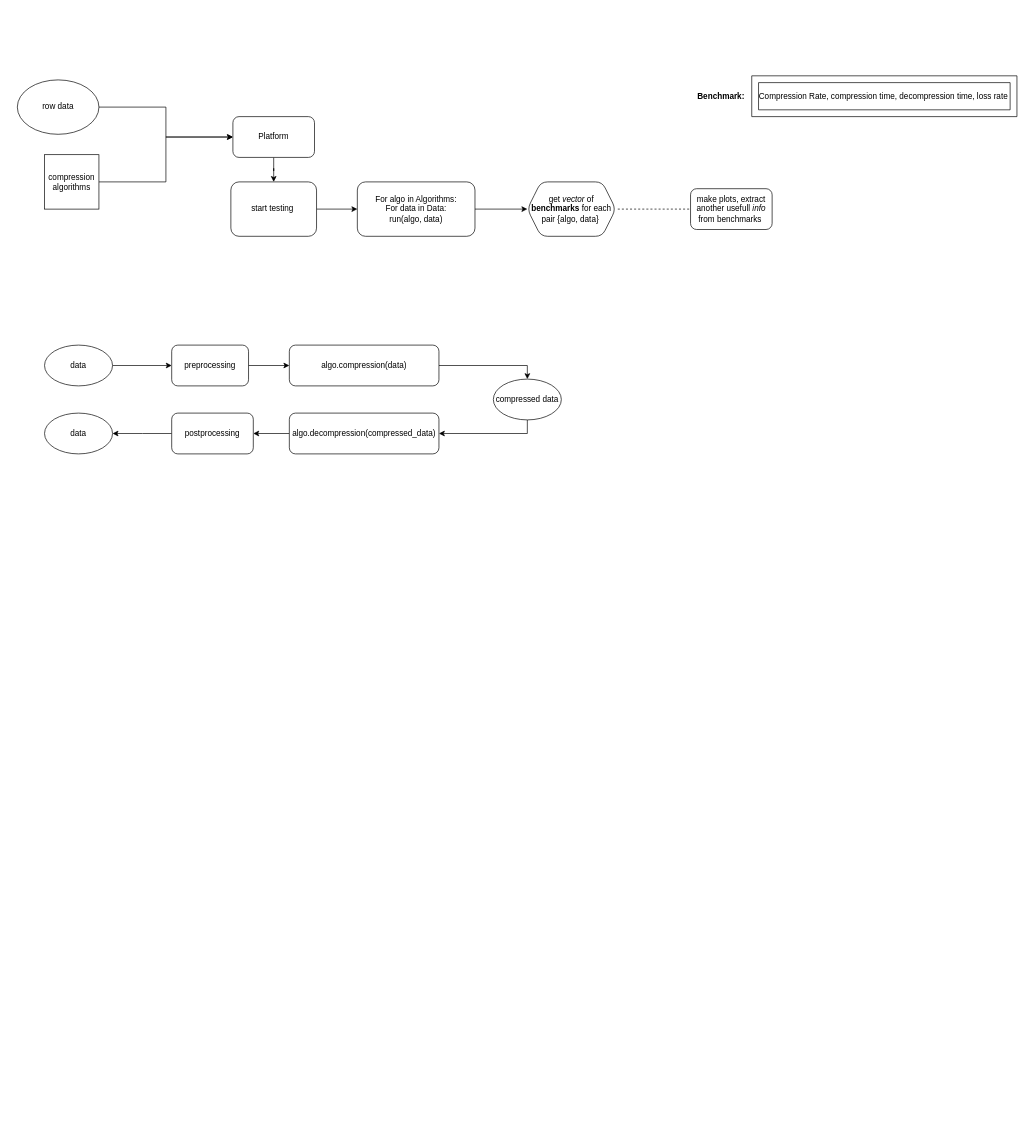
Above: docs/Platform_Graphics.drawio in BuryatyaTut/STIL_internship (draw.io), before the change. Source tidied: cells renumbered, new cells numbered last; positions are measured from the earlier drawing's top-left corner, leaving out a move shared by most shapes. Both pictures are drawn from the tidied source at 68%, with x=0, y=0 at pixel (17, 75).
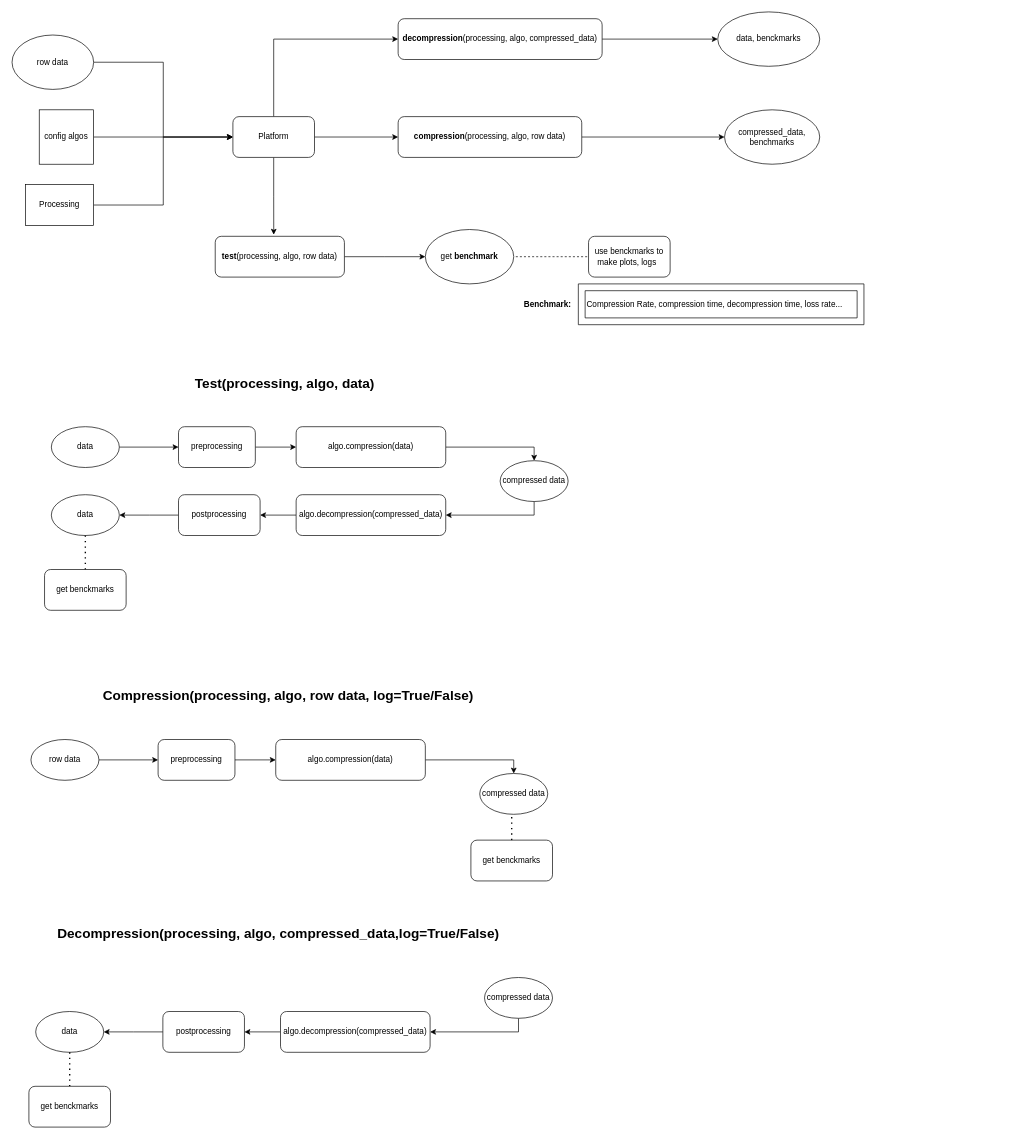
The same diagram, later.

The change refers to these unchanged cells:
```xml
<mxCell id="3" value="Platform" style="rounded=1;whiteSpace=wrap;html=1;" parent="1" vertex="1">
  <mxGeometry x="317" y="60" width="120" height="60" as="geometry" />
</mxCell>
```

What changed in the source:
```diff
@@
-    <mxCell id="2" style="edgeStyle=orthogonalEdgeStyle;rounded=0;jettySize=auto;html=1;exitX=0.5;exitY=1;exitDx=0;exitDy=0;" parent="1" edge="1" source="3" target="5">
+    <mxCell id="2" style="edgeStyle=orthogonalEdgeStyle;rounded=0;jettySize=auto;html=1;exitX=0.5;exitY=1;exitDx=0;exitDy=0;entryX=0.453;entryY=-0.04;entryDx=0;entryDy=0;entryPerimeter=0;" parent="1" edge="1" source="3" target="7">
       <mxGeometry relative="1" as="geometry" />
     </mxCell>
+    <mxCell id="31" style="edgeStyle=orthogonalEdgeStyle;rounded=0;jettySize=auto;html=1;" parent="1" edge="1" source="3" target="39">
+      <mxGeometry relative="1" as="geometry" />
+    </mxCell>
+    <mxCell id="32" style="edgeStyle=orthogonalEdgeStyle;rounded=0;jettySize=auto;html=1;exitX=0.5;exitY=0;exitDx=0;exitDy=0;entryX=0;entryY=0.5;entryDx=0;entryDy=0;" parent="1" edge="1" source="3" target="41">
+      <mxGeometry relative="1" as="geometry" />
+    </mxCell>
@@
-    <mxCell id="4" style="edgeStyle=orthogonalEdgeStyle;rounded=0;jettySize=auto;html=1;" parent="1" edge="1" source="5" target="7">
-      <mxGeometry relative="1" as="geometry" />
-    </mxCell>
-    <mxCell id="5" value="start testing&amp;nbsp;" style="rounded=1;whiteSpace=wrap;html=1;" parent="1" vertex="1">
-      <mxGeometry x="314" y="156" width="126" height="80" as="geometry" />
-    </mxCell>
-    <mxCell id="6" style="edgeStyle=orthogonalEdgeStyle;rounded=0;jettySize=auto;html=1;" parent="1" edge="1" source="7" target="12">
-      <mxGeometry relative="1" as="geometry" />
+    <mxCell id="6" style="edgeStyle=orthogonalEdgeStyle;rounded=0;jettySize=auto;html=1;" parent="1" edge="1" source="7">
+      <mxGeometry relative="1" as="geometry">
+        <mxPoint x="600" y="266" as="targetPoint" />
+      </mxGeometry>
     </mxCell>
-    <mxCell id="7" value="For algo in Algorithms:&lt;br&gt;For data in Data:&lt;br&gt;run(algo, data)" style="whiteSpace=wrap;html=1;rounded=1;" parent="1" vertex="1">
-      <mxGeometry x="500" y="156" width="173" height="80" as="geometry" />
+    <mxCell id="7" value="&lt;b&gt;test&lt;/b&gt;(processing, algo, row data)" style="whiteSpace=wrap;html=1;rounded=1;" parent="1" vertex="1">
+      <mxGeometry x="291" y="236" width="190" height="60" as="geometry" />
     </mxCell>
-    <mxCell id="8" style="edgeStyle=orthogonalEdgeStyle;rounded=0;jettySize=auto;html=1;exitX=1;exitY=0.5;exitDx=0;exitDy=0;" parent="1" edge="1" source="9" target="3">
+    <mxCell id="8" style="edgeStyle=orthogonalEdgeStyle;rounded=0;jettySize=auto;html=1;exitX=1;exitY=0.5;exitDx=0;exitDy=0;entryX=0;entryY=0.5;entryDx=0;entryDy=0;" parent="1" edge="1" source="9" target="3">
       <mxGeometry relative="1" as="geometry" />
     </mxCell>
     <mxCell id="9" value="row data" style="ellipse;whiteSpace=wrap;html=1;" parent="1" vertex="1">
-      <mxGeometry y="6" width="120" height="80" as="geometry" />
+      <mxGeometry x="-7.8" y="-60" width="120" height="80" as="geometry" />
     </mxCell>
@@
-    <mxCell id="11" value="compression&lt;br&gt;algorithms" style="whiteSpace=wrap;html=1;" parent="1" vertex="1">
-      <mxGeometry x="40" y="116" width="80" height="80" as="geometry" />
+    <mxCell id="11" value="config algos" style="whiteSpace=wrap;html=1;" parent="1" vertex="1">
+      <mxGeometry x="32.2" y="50" width="80" height="80" as="geometry" />
     </mxCell>
-    <mxCell id="12" value="get &lt;i&gt;vector &lt;/i&gt;of &lt;b&gt;benchmarks &lt;/b&gt;for each pair {algo, data}&amp;nbsp;" style="shape=hexagon;perimeter=hexagonPerimeter2;whiteSpace=wrap;html=1;fixedSize=1;rounded=1;" parent="1" vertex="1">
-      <mxGeometry x="750" y="156" width="130" height="80" as="geometry" />
-    </mxCell>
     <mxCell id="13" value="&lt;b&gt;Benchmark:&lt;/b&gt;" style="text;html=1;strokeColor=none;fillColor=none;align=center;verticalAlign=middle;whiteSpace=wrap;rounded=0;" parent="1" vertex="1">
-      <mxGeometry x="985" y="16" width="100" height="30" as="geometry" />
+      <mxGeometry x="730" y="322" width="100" height="30" as="geometry" />
     </mxCell>
     <mxCell id="14" style="verticalLabelPosition=bottom;verticalAlign=top;html=1;shape=mxgraph.basic.frame;dx=10;" parent="1" vertex="1">
-      <mxGeometry x="1080" width="390" height="60" as="geometry" />
+      <mxGeometry x="825" y="306" width="420" height="60" as="geometry" />
     </mxCell>
-    <mxCell id="15" value="&amp;nbsp; &amp;nbsp;Compression Rate, compression time, decompression time, loss rate&amp;nbsp;" style="text;html=1;align=center;verticalAlign=middle;strokeColor=none;fillColor=none;" parent="1" vertex="1">
-      <mxGeometry x="1070" y="16" width="400" height="30" as="geometry" />
+    <mxCell id="15" value="&amp;nbsp; &amp;nbsp;Compression Rate, compression time, decompression time, loss rate..." style="text;html=1;align=center;verticalAlign=middle;strokeColor=none;fillColor=none;" parent="1" vertex="1">
+      <mxGeometry x="815" y="322" width="410" height="30" as="geometry" />
     </mxCell>
-    <mxCell id="16" style="endArrow=none;dashed=1;html=1;rounded=0;entryX=1;entryY=0.5;entryDx=0;entryDy=0;" parent="1" edge="1" target="12">
+    <mxCell id="16" style="endArrow=none;dashed=1;html=1;rounded=0;entryX=1;entryY=0.5;entryDx=0;entryDy=0;" parent="1" edge="1">
       <mxGeometry relative="1" as="geometry">
-        <mxPoint x="1000" y="196" as="sourcePoint" />
+        <mxPoint x="850" y="266" as="sourcePoint" />
+        <mxPoint x="730" y="266" as="targetPoint" />
       </mxGeometry>
     </mxCell>
-    <mxCell id="17" value="make plots, extract another usefull &lt;i&gt;info &lt;/i&gt;from benchmarks&amp;nbsp;" style="rounded=1;whiteSpace=wrap;html=1;" parent="1" vertex="1">
-      <mxGeometry x="990" y="166" width="120" height="60" as="geometry" />
+    <mxCell id="17" value="use benckmarks to make plots, logs&amp;nbsp;&amp;nbsp;" style="rounded=1;whiteSpace=wrap;html=1;" parent="1" vertex="1">
+      <mxGeometry x="840" y="236" width="120" height="60" as="geometry" />
     </mxCell>
@@
     <mxCell id="19" value="algo.compression(data)" style="rounded=1;whiteSpace=wrap;html=1;" parent="1" vertex="1">
-      <mxGeometry x="400" y="396" width="220" height="60" as="geometry" />
+      <mxGeometry x="410" y="516" width="220" height="60" as="geometry" />
     </mxCell>
@@
     <mxCell id="21" value="algo.decompression(compressed_data)" style="whiteSpace=wrap;html=1;rounded=1;" parent="1" vertex="1">
-      <mxGeometry x="400" y="496" width="220" height="60" as="geometry" />
+      <mxGeometry x="410" y="616" width="220" height="60" as="geometry" />
     </mxCell>
@@
     <mxCell id="23" value="data" style="ellipse;whiteSpace=wrap;html=1;" parent="1" vertex="1">
-      <mxGeometry x="40" y="396" width="100" height="60" as="geometry" />
+      <mxGeometry x="50" y="516" width="100" height="60" as="geometry" />
     </mxCell>
@@
     <mxCell id="25" value="preprocessing" style="rounded=1;whiteSpace=wrap;html=1;" parent="1" vertex="1">
-      <mxGeometry x="227" y="396" width="113" height="60" as="geometry" />
+      <mxGeometry x="237" y="516" width="113" height="60" as="geometry" />
     </mxCell>
     <mxCell id="26" style="edgeStyle=orthogonalEdgeStyle;rounded=0;jettySize=auto;html=1;" parent="1" edge="1" source="27">
       <mxGeometry relative="1" as="geometry">
-        <mxPoint x="140" y="526" as="targetPoint" />
+        <mxPoint x="150" y="646" as="targetPoint" />
       </mxGeometry>
     </mxCell>
     <mxCell id="27" value="postprocessing" style="rounded=1;whiteSpace=wrap;html=1;" parent="1" vertex="1">
-      <mxGeometry x="227" y="496" width="120" height="60" as="geometry" />
+      <mxGeometry x="237" y="616" width="120" height="60" as="geometry" />
     </mxCell>
     <mxCell id="28" value="data" style="ellipse;whiteSpace=wrap;html=1;" parent="1" vertex="1">
-      <mxGeometry x="40" y="496" width="100" height="60" as="geometry" />
+      <mxGeometry x="50" y="616" width="100" height="60" as="geometry" />
     </mxCell>
@@
     <mxCell id="30" value="compressed data" style="ellipse;whiteSpace=wrap;html=1;" parent="1" vertex="1">
-      <mxGeometry x="700" y="446" width="100" height="60" as="geometry" />
+      <mxGeometry x="710" y="566" width="100" height="60" as="geometry" />
     </mxCell>
+    <mxCell id="33" value="&lt;b&gt;&lt;font style=&quot;font-size: 20px;&quot;&gt;Test(processing, algo, data)&lt;/font&gt;&lt;/b&gt;" style="text;html=1;strokeColor=none;fillColor=none;align=center;verticalAlign=middle;whiteSpace=wrap;rounded=0;" parent="1" vertex="1">
+      <mxGeometry x="237" y="416" width="313" height="70" as="geometry" />
+    </mxCell>
+    <mxCell id="34" style="endArrow=none;dashed=1;html=1;dashPattern=1 3;strokeWidth=2;rounded=0;entryX=0.5;entryY=1;entryDx=0;entryDy=0;exitX=0.5;exitY=0;exitDx=0;exitDy=0;" parent="1" edge="1" source="35" target="28">
+      <mxGeometry relative="1" as="geometry" />
+    </mxCell>
+    <mxCell id="35" value="get benckmarks" style="rounded=1;whiteSpace=wrap;html=1;" parent="1" vertex="1">
+      <mxGeometry x="40" y="726" width="120" height="60" as="geometry" />
+    </mxCell>
+    <mxCell id="36" style="edgeStyle=orthogonalEdgeStyle;rounded=0;jettySize=auto;html=1;entryX=0;entryY=0.5;entryDx=0;entryDy=0;" parent="1" edge="1" source="37" target="3">
+      <mxGeometry relative="1" as="geometry" />
+    </mxCell>
+    <mxCell id="37" value="Processing" style="rounded=0;whiteSpace=wrap;html=1;" parent="1" vertex="1">
+      <mxGeometry x="12.2" y="160" width="100" height="60" as="geometry" />
+    </mxCell>
+    <mxCell id="38" style="edgeStyle=orthogonalEdgeStyle;rounded=0;jettySize=auto;html=1;" parent="1" edge="1" source="39" target="59">
+      <mxGeometry relative="1" as="geometry" />
+    </mxCell>
+    <mxCell id="39" value="&lt;b&gt;compression&lt;/b&gt;(processing, algo, row data)" style="rounded=1;whiteSpace=wrap;html=1;" parent="1" vertex="1">
+      <mxGeometry x="560" y="60" width="270" height="60" as="geometry" />
+    </mxCell>
+    <mxCell id="40" style="edgeStyle=orthogonalEdgeStyle;rounded=0;jettySize=auto;html=1;" parent="1" edge="1" source="41" target="58">
+      <mxGeometry relative="1" as="geometry" />
+    </mxCell>
+    <mxCell id="41" value="&lt;b style=&quot;border-color: var(--border-color);&quot;&gt;decompression&lt;/b&gt;(processing, algo, compressed_data)" style="rounded=1;whiteSpace=wrap;html=1;" parent="1" vertex="1">
+      <mxGeometry x="560" y="-84" width="300" height="60" as="geometry" />
+    </mxCell>
+    <mxCell id="42" style="edgeStyle=orthogonalEdgeStyle;rounded=0;jettySize=auto;html=1;entryX=0.5;entryY=0;entryDx=0;entryDy=0;" parent="1" edge="1" source="43" target="48">
+      <mxGeometry relative="1" as="geometry" />
+    </mxCell>
+    <mxCell id="43" value="algo.compression(data)" style="rounded=1;whiteSpace=wrap;html=1;" parent="1" vertex="1">
+      <mxGeometry x="380" y="976" width="220" height="60" as="geometry" />
+    </mxCell>
+    <mxCell id="44" style="edgeStyle=orthogonalEdgeStyle;rounded=0;jettySize=auto;html=1;" parent="1" edge="1" source="45" target="47">
+      <mxGeometry relative="1" as="geometry" />
+    </mxCell>
+    <mxCell id="45" value="row data" style="ellipse;whiteSpace=wrap;html=1;" parent="1" vertex="1">
+      <mxGeometry x="20" y="976" width="100" height="60" as="geometry" />
+    </mxCell>
+    <mxCell id="46" style="edgeStyle=orthogonalEdgeStyle;rounded=0;jettySize=auto;html=1;" parent="1" edge="1" source="47" target="43">
+      <mxGeometry relative="1" as="geometry" />
+    </mxCell>
+    <mxCell id="47" value="preprocessing" style="rounded=1;whiteSpace=wrap;html=1;" parent="1" vertex="1">
+      <mxGeometry x="207" y="976" width="113" height="60" as="geometry" />
+    </mxCell>
+    <mxCell id="48" value="compressed data" style="ellipse;whiteSpace=wrap;html=1;" parent="1" vertex="1">
+      <mxGeometry x="680" y="1026" width="100" height="60" as="geometry" />
+    </mxCell>
+    <mxCell id="49" value="&lt;b&gt;&lt;font style=&quot;font-size: 20px;&quot;&gt;Compression(processing, algo, row data, log=True/False)&lt;/font&gt;&lt;/b&gt;" style="text;html=1;strokeColor=none;fillColor=none;align=center;verticalAlign=middle;whiteSpace=wrap;rounded=0;" parent="1" vertex="1">
+      <mxGeometry x="107" y="876" width="583" height="70" as="geometry" />
+    </mxCell>
+    <mxCell id="50" style="edgeStyle=orthogonalEdgeStyle;rounded=0;jettySize=auto;html=1;" parent="1" edge="1" source="51" target="53">
+      <mxGeometry relative="1" as="geometry" />
+    </mxCell>
+    <mxCell id="51" value="algo.decompression(compressed_data)" style="whiteSpace=wrap;html=1;rounded=1;" parent="1" vertex="1">
+      <mxGeometry x="387" y="1376" width="220" height="60" as="geometry" />
+    </mxCell>
+    <mxCell id="52" style="edgeStyle=orthogonalEdgeStyle;rounded=0;jettySize=auto;html=1;" parent="1" edge="1" source="53">
+      <mxGeometry relative="1" as="geometry">
+        <mxPoint x="127" y="1406" as="targetPoint" />
+      </mxGeometry>
+    </mxCell>
+    <mxCell id="53" value="postprocessing" style="rounded=1;whiteSpace=wrap;html=1;" parent="1" vertex="1">
+      <mxGeometry x="214" y="1376" width="120" height="60" as="geometry" />
+    </mxCell>
+    <mxCell id="54" value="data" style="ellipse;whiteSpace=wrap;html=1;" parent="1" vertex="1">
+      <mxGeometry x="27" y="1376" width="100" height="60" as="geometry" />
+    </mxCell>
+    <mxCell id="55" style="edgeStyle=orthogonalEdgeStyle;rounded=0;jettySize=auto;html=1;exitX=0.5;exitY=1;exitDx=0;exitDy=0;entryX=1;entryY=0.5;entryDx=0;entryDy=0;" parent="1" edge="1" source="56" target="51">
+      <mxGeometry relative="1" as="geometry" />
+    </mxCell>
+    <mxCell id="56" value="compressed data" style="ellipse;whiteSpace=wrap;html=1;" parent="1" vertex="1">
+      <mxGeometry x="687" y="1326" width="100" height="60" as="geometry" />
+    </mxCell>
+    <mxCell id="57" value="&lt;b&gt;&lt;font style=&quot;font-size: 20px;&quot;&gt;Decompression(processing, algo, compressed_data,&lt;/font&gt;&lt;/b&gt;&lt;b style=&quot;border-color: var(--border-color);&quot;&gt;&lt;font style=&quot;border-color: var(--border-color); font-size: 20px;&quot;&gt;log=True/False&lt;/font&gt;&lt;/b&gt;&lt;b&gt;&lt;font style=&quot;font-size: 20px;&quot;&gt;)&lt;/font&gt;&lt;/b&gt;" style="text;html=1;strokeColor=none;fillColor=none;align=center;verticalAlign=middle;whiteSpace=wrap;rounded=0;" parent="1" vertex="1">
+      <mxGeometry x="50" y="1226" width="668" height="70" as="geometry" />
+    </mxCell>
+    <mxCell id="58" value="data, benckmarks" style="ellipse;whiteSpace=wrap;html=1;rounded=1;" parent="1" vertex="1">
+      <mxGeometry x="1030" y="-94" width="150" height="80" as="geometry" />
+    </mxCell>
+    <mxCell id="59" value="compressed_data,&lt;br&gt;benchmarks" style="ellipse;whiteSpace=wrap;html=1;rounded=1;" parent="1" vertex="1">
+      <mxGeometry x="1040" y="50" width="140" height="80" as="geometry" />
+    </mxCell>
+    <mxCell id="60" style="endArrow=none;dashed=1;html=1;dashPattern=1 3;strokeWidth=2;rounded=0;entryX=0.5;entryY=1;entryDx=0;entryDy=0;exitX=0.5;exitY=0;exitDx=0;exitDy=0;" parent="1" edge="1" source="61">
+      <mxGeometry relative="1" as="geometry">
+        <mxPoint x="727" y="1086" as="targetPoint" />
+      </mxGeometry>
+    </mxCell>
+    <mxCell id="61" value="get benckmarks" style="rounded=1;whiteSpace=wrap;html=1;" parent="1" vertex="1">
+      <mxGeometry x="667" y="1124" width="120" height="60" as="geometry" />
+    </mxCell>
+    <mxCell id="62" style="endArrow=none;dashed=1;html=1;dashPattern=1 3;strokeWidth=2;rounded=0;entryX=0.5;entryY=1;entryDx=0;entryDy=0;exitX=0.5;exitY=0;exitDx=0;exitDy=0;" parent="1" edge="1" source="63">
+      <mxGeometry relative="1" as="geometry">
+        <mxPoint x="77" y="1436" as="targetPoint" />
+      </mxGeometry>
+    </mxCell>
+    <mxCell id="63" value="get benckmarks" style="rounded=1;whiteSpace=wrap;html=1;" parent="1" vertex="1">
+      <mxGeometry x="17" y="1486" width="120" height="60" as="geometry" />
+    </mxCell>
+    <mxCell id="64" value="get&amp;nbsp;&lt;b style=&quot;border-color: var(--border-color);&quot;&gt;benchmark&lt;/b&gt;" style="ellipse;whiteSpace=wrap;html=1;" parent="1" vertex="1">
+      <mxGeometry x="600" y="226" width="130" height="80" as="geometry" />
+    </mxCell>
```
